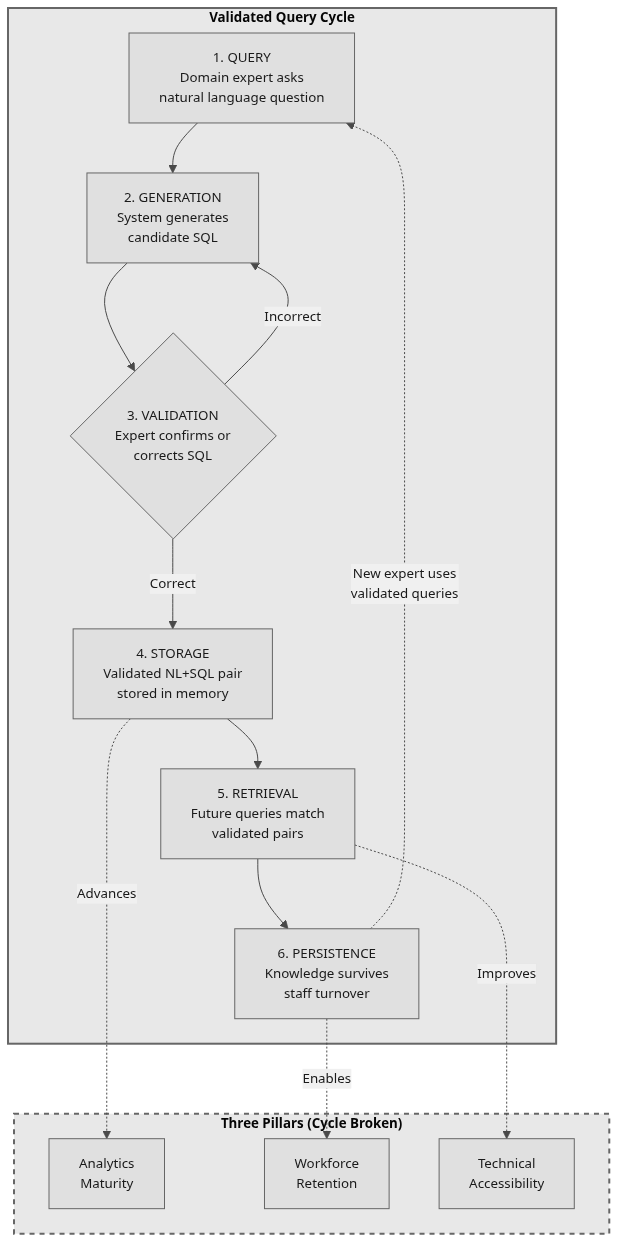
stharrold/yuimedi-paper-20250901 keeps this Mermaid diagram as figures/knowledge-cycle.mmd.png. Above is the earlier version. Its source is kept beside it as figures/knowledge-cycle.mmd.
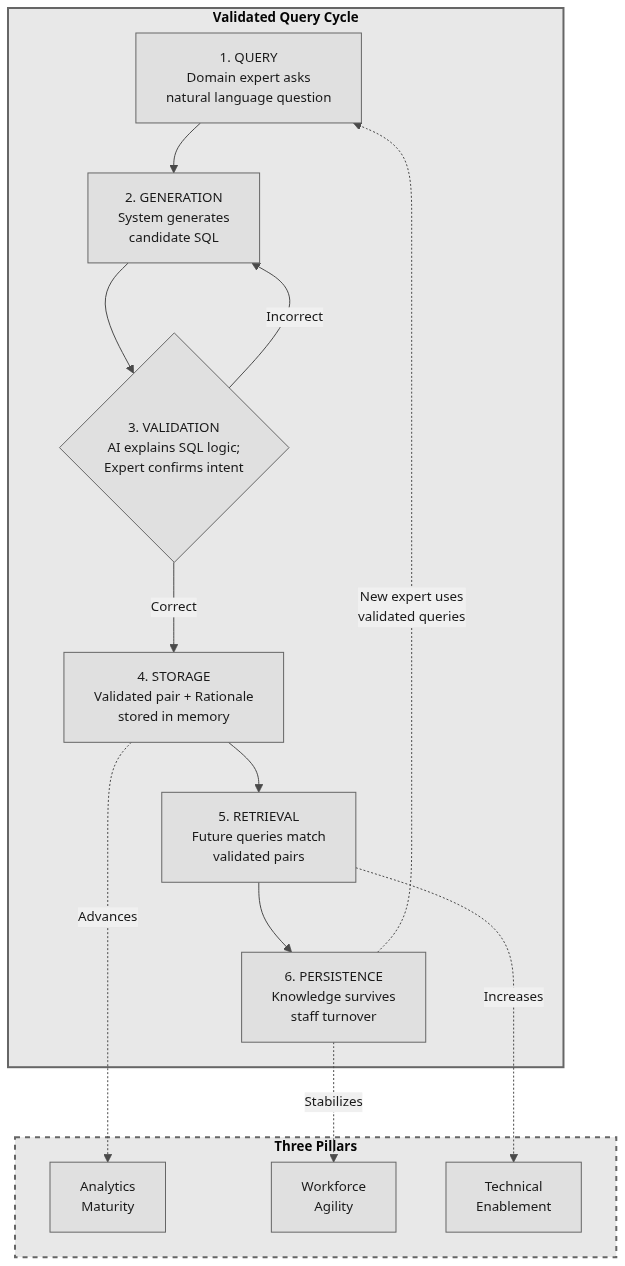
The same diagram one commit later.

Change to the diagram source:
```diff
@@ -4,16 +4,16 @@
     subgraph CYCLE["<b>Validated Query Cycle</b>"]
         Q["1. QUERY<br/>Domain expert asks<br/>natural language question"]
         G["2. GENERATION<br/>System generates<br/>candidate SQL"]
-        V{"3. VALIDATION<br/>Expert confirms or<br/>corrects SQL"}
-        S["4. STORAGE<br/>Validated NL+SQL pair<br/>stored in memory"]
+        V{"3. VALIDATION<br/>AI explains SQL logic;<br/>Expert confirms intent"}
+        S["4. STORAGE<br/>Validated pair + Rationale<br/>stored in memory"]
         R["5. RETRIEVAL<br/>Future queries match<br/>validated pairs"]
         P["6. PERSISTENCE<br/>Knowledge survives<br/>staff turnover"]
     end
 
-    subgraph PILLARS["<b>Three Pillars (Cycle Broken)</b>"]
+    subgraph PILLARS["<b>Three Pillars</b>"]
         M["Analytics<br/>Maturity"]
-        T["Workforce<br/>Retention"]
-        B["Technical<br/>Accessibility"]
+        T["Workforce<br/>Agility"]
+        B["Technical<br/>Enablement"]
     end
 
     Q --> G
@@ -25,8 +25,8 @@
     P -.->|"New expert uses<br/>validated queries"| Q
 
     S -.->|"Advances"| M
-    P -.->|"Enables"| T
-    R -.->|"Improves"| B
+    P -.->|"Stabilizes"| T
+    R -.->|"Increases"| B
 
     style CYCLE fill:#e8e8e8,stroke:#666,stroke-width:2px
     style PILLARS fill:#e8e8e8,stroke:#666,stroke-width:2px,stroke-dasharray:5 5
```
